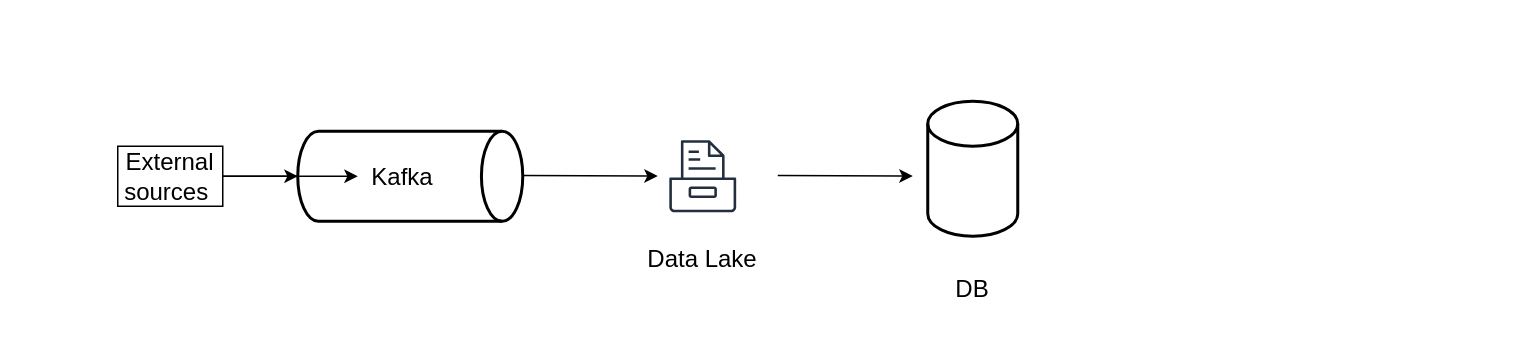
alexiska/v_ keeps this draw.io diagram as Untitled Diagram.drawio. Above is the earlier version. Source tidied: cells renumbered, new cells numbered last; positions are measured from the earlier drawing's top-left corner, leaving out a move shared by most shapes. Both pictures are drawn from the tidied source at 150%, with x=0, y=0 at pixel (117, 100). Pictures stored in the file or linked from it are replaced by grey dashed boxes.
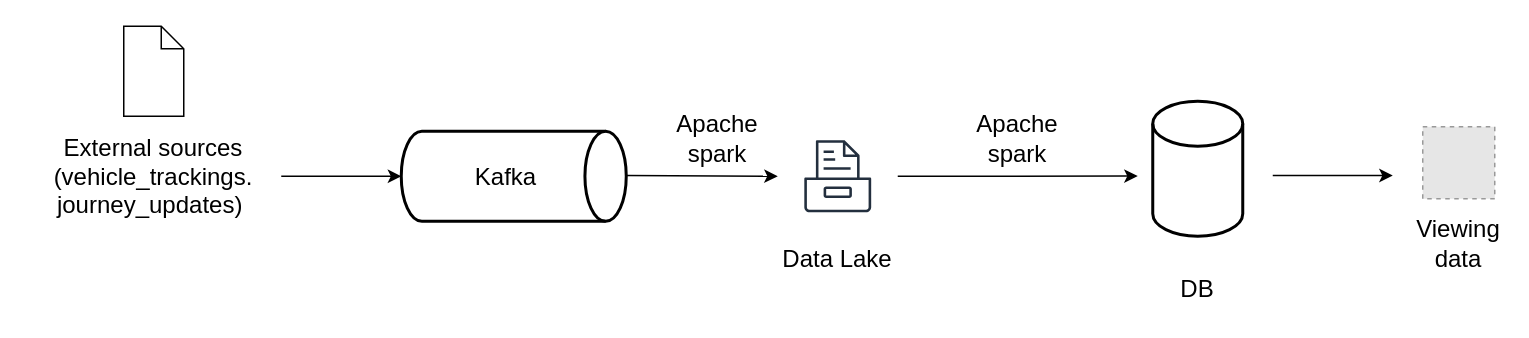
After the change.

Diff of the diagram source:
```diff
@@
     <mxCell id="2" style="strokeWidth=2;html=1;shape=mxgraph.flowchart.direct_data;whiteSpace=wrap;" parent="1" vertex="1">
-      <mxGeometry x="120" y="20" width="150" height="60" as="geometry" />
+      <mxGeometry x="189" y="20" width="150" height="60" as="geometry" />
     </mxCell>
-    <mxCell id="3" style="edgeStyle=orthogonalEdgeStyle;rounded=0;jettySize=auto;html=1;fontSize=16;fontColor=none;" parent="1" edge="1" source="4" target="6">
-      <mxGeometry relative="1" as="geometry" />
-    </mxCell>
-    <mxCell id="4" value="&lt;font style=&quot;font-size: 16px;&quot;&gt;External sources&amp;nbsp;&lt;/font&gt;" style="text;html=1;strokeColor=default;fillColor=none;align=center;verticalAlign=middle;whiteSpace=wrap;rounded=0;" parent="1" vertex="1">
-      <mxGeometry y="30" width="70" height="40" as="geometry" />
+    <mxCell id="4" value="&lt;font style=&quot;font-size: 16px;&quot;&gt;External sources&lt;br&gt;(vehicle_trackings. journey_updates)&amp;nbsp;&lt;/font&gt;" style="text;html=1;strokeColor=none;fillColor=none;align=center;verticalAlign=middle;whiteSpace=wrap;rounded=0;" parent="1" vertex="1">
+      <mxGeometry x="-61" y="-10" width="170" height="120" as="geometry" />
     </mxCell>
@@
     <mxCell id="6" value="Kafka" style="text;html=1;strokeColor=none;fillColor=none;align=center;verticalAlign=middle;whiteSpace=wrap;rounded=0;fontSize=16;" parent="1" vertex="1">
-      <mxGeometry x="160" y="35" width="60" height="30" as="geometry" />
+      <mxGeometry x="229" y="35" width="60" height="30" as="geometry" />
     </mxCell>
     <mxCell id="7" value="Bucket" style="outlineConnect=0;fontColor=none;gradientColor=none;strokeColor=#232F3E;fillColor=#ffffff;dashed=0;verticalLabelPosition=bottom;verticalAlign=top;align=center;html=1;fontSize=12;fontStyle=0;shape=mxgraph.aws4.resourceIcon;resIcon=mxgraph.aws4.storage;noLabel=1;" parent="1" vertex="1">
-      <mxGeometry x="360" y="20" width="60" height="60" as="geometry" />
+      <mxGeometry x="450" y="20" width="60" height="60" as="geometry" />
     </mxCell>
     <mxCell id="8" value="Data Lake" style="text;html=1;strokeColor=none;fillColor=none;align=center;verticalAlign=middle;whiteSpace=wrap;rounded=0;fontSize=16;" parent="1" vertex="1">
-      <mxGeometry x="330" y="90" width="120" height="30" as="geometry" />
+      <mxGeometry x="420" y="90" width="120" height="30" as="geometry" />
     </mxCell>
     <mxCell id="9" style="strokeWidth=2;html=1;shape=mxgraph.flowchart.database;whiteSpace=wrap;sketch=0;strokeColor=default;fontSize=16;fontColor=none;" parent="1" vertex="1">
-      <mxGeometry x="540" width="60" height="90" as="geometry" />
+      <mxGeometry x="690" width="60" height="90" as="geometry" />
     </mxCell>
     <mxCell id="10" value="DB" style="text;html=1;strokeColor=none;fillColor=none;align=center;verticalAlign=middle;whiteSpace=wrap;rounded=0;fontSize=16;" parent="1" vertex="1">
-      <mxGeometry x="510" y="110" width="120" height="30" as="geometry" />
+      <mxGeometry x="660" y="110" width="120" height="30" as="geometry" />
     </mxCell>
-    <mxCell id="11" style="endArrow=classic;html=1;rounded=0;fontSize=16;exitX=1;exitY=0.5;exitDx=0;exitDy=0;" parent="1" edge="1" target="7">
+    <mxCell id="11" style="endArrow=classic;html=1;rounded=0;fontSize=16;exitX=1;exitY=0.5;exitDx=0;exitDy=0;" parent="1" edge="1">
       <mxGeometry relative="1" as="geometry">
-        <mxPoint x="270" y="49.5" as="sourcePoint" />
+        <mxPoint x="339" y="49.5" as="sourcePoint" />
+        <mxPoint x="440" y="50" as="targetPoint" />
       </mxGeometry>
     </mxCell>
-    <mxCell id="12" style="endArrow=classic;html=1;rounded=0;fontSize=16;exitX=1;exitY=0.5;exitDx=0;exitDy=0;" parent="1" edge="1">
+    <mxCell id="12" style="endArrow=classic;html=1;rounded=0;fontSize=16;" parent="1" edge="1">
       <mxGeometry relative="1" as="geometry">
-        <mxPoint x="440" y="49.5" as="sourcePoint" />
-        <mxPoint x="530" y="49.9" as="targetPoint" />
+        <mxPoint x="520" y="50" as="sourcePoint" />
+        <mxPoint x="680" y="49.9" as="targetPoint" />
       </mxGeometry>
     </mxCell>
+    <mxCell id="13" style="shape=mxgraph.bpmn.data;labelPosition=center;verticalLabelPosition=bottom;align=center;verticalAlign=top;whiteSpace=wrap;size=15;html=1;sketch=0;strokeColor=default;fontSize=16;fontColor=none;" parent="1" vertex="1">
+      <mxGeometry x="4" y="-50" width="40" height="60" as="geometry" />
+    </mxCell>
+    <mxCell id="14" value="Apache spark" style="text;html=1;strokeColor=none;fillColor=none;align=center;verticalAlign=middle;whiteSpace=wrap;rounded=0;sketch=0;fontSize=16;fontColor=none;" parent="1" vertex="1">
+      <mxGeometry x="370" y="10" width="60" height="30" as="geometry" />
+    </mxCell>
+    <mxCell id="15" value="Apache spark" style="text;html=1;strokeColor=none;fillColor=none;align=center;verticalAlign=middle;whiteSpace=wrap;rounded=0;sketch=0;fontSize=16;fontColor=none;" parent="1" vertex="1">
+      <mxGeometry x="570" y="10" width="60" height="30" as="geometry" />
+    </mxCell>
+    <mxCell id="16" style="fillColor=#E6E6E6;strokeColor=#999999;dashed=1;html=1;verticalAlign=top;verticalLabelPosition=bottom;labelBackgroundColor=#ffffff;fontSize=16;fontColor=none;" parent="1" vertex="1">
+      <mxGeometry x="870" y="17" width="48" height="48" as="geometry" />
+    </mxCell>
+    <mxCell id="17" value="Viewing data" style="text;html=1;strokeColor=none;fillColor=none;align=center;verticalAlign=middle;whiteSpace=wrap;rounded=0;sketch=0;fontSize=16;fontColor=none;" parent="1" vertex="1">
+      <mxGeometry x="864" y="80" width="60" height="30" as="geometry" />
+    </mxCell>
+    <mxCell id="18" style="endArrow=classic;html=1;rounded=0;fontSize=16;" parent="1" edge="1">
+      <mxGeometry relative="1" as="geometry">
+        <mxPoint x="770" y="49.5" as="sourcePoint" />
+        <mxPoint x="850" y="49.5" as="targetPoint" />
+      </mxGeometry>
+    </mxCell>
```
